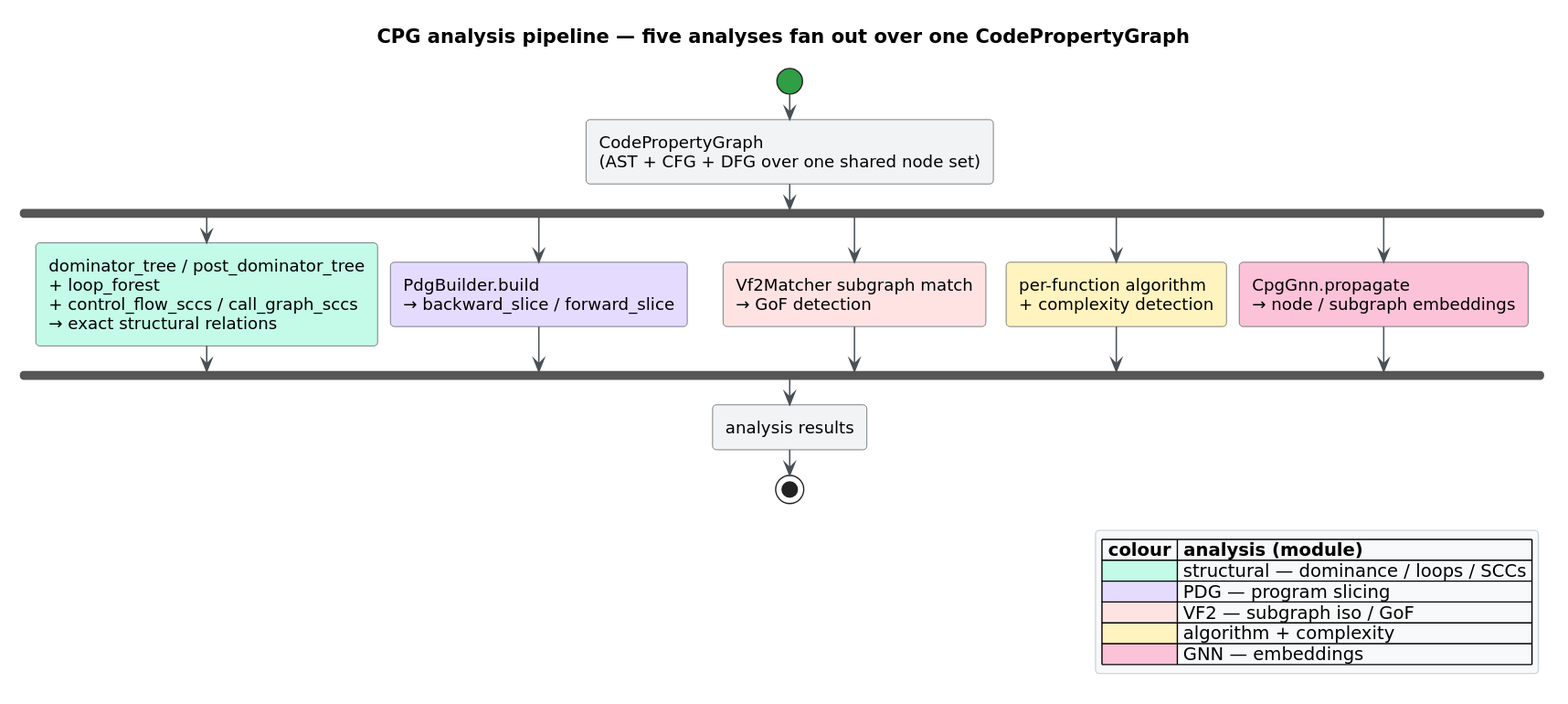
Before: docs/diagrams/analysis-pipeline.svg, a diagram exported from PlantUML (vinary-tree/libcpg). Its source is kept beside it as docs/diagrams/analysis-pipeline.puml.
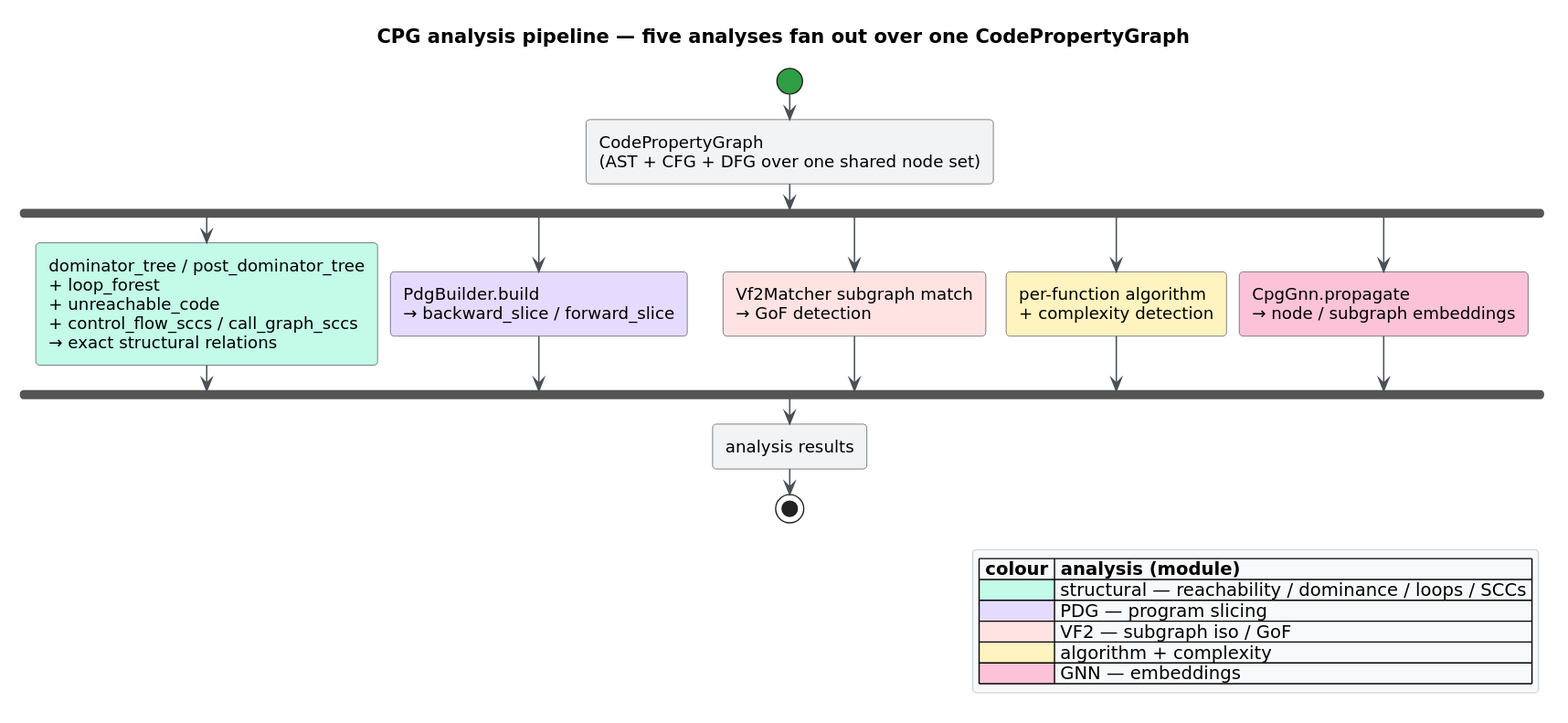
Later version of the same file.

Diff of the diagram source:
```diff
@@ -7,6 +7,7 @@
 fork
   :dominator_tree / post_dominator_tree
   + loop_forest
+  + unreachable_code
   + control_flow_sccs / call_graph_sccs
   → exact structural relations;<<#C3FAE8>>
 fork again
@@ -26,7 +27,7 @@
 stop
 legend right
   |= colour |= analysis (module) |
-  |<#C3FAE8>| structural — dominance / loops / SCCs |
+  |<#C3FAE8>| structural — reachability / dominance / loops / SCCs |
   |<#E5DBFF>| PDG — program slicing |
   |<#FFE3E3>| VF2 — subgraph iso / GoF |
   |<#FFF3BF>| algorithm + complexity |
```
